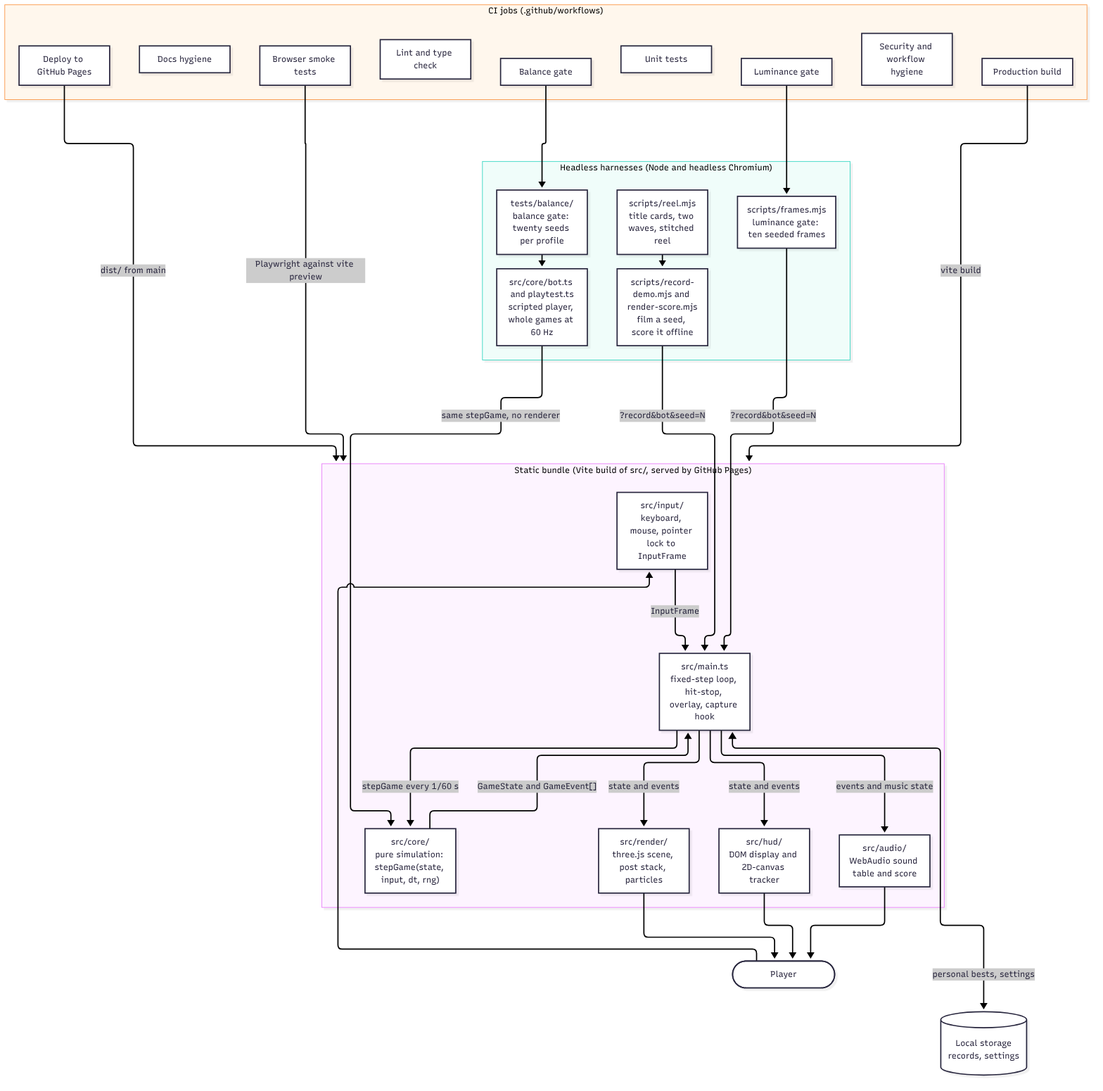
Above: docs/architecture/render/containers.png in agh/ringfall (Mermaid), before the change. Its source is kept beside it as docs/architecture/diagrams/containers.mmd.
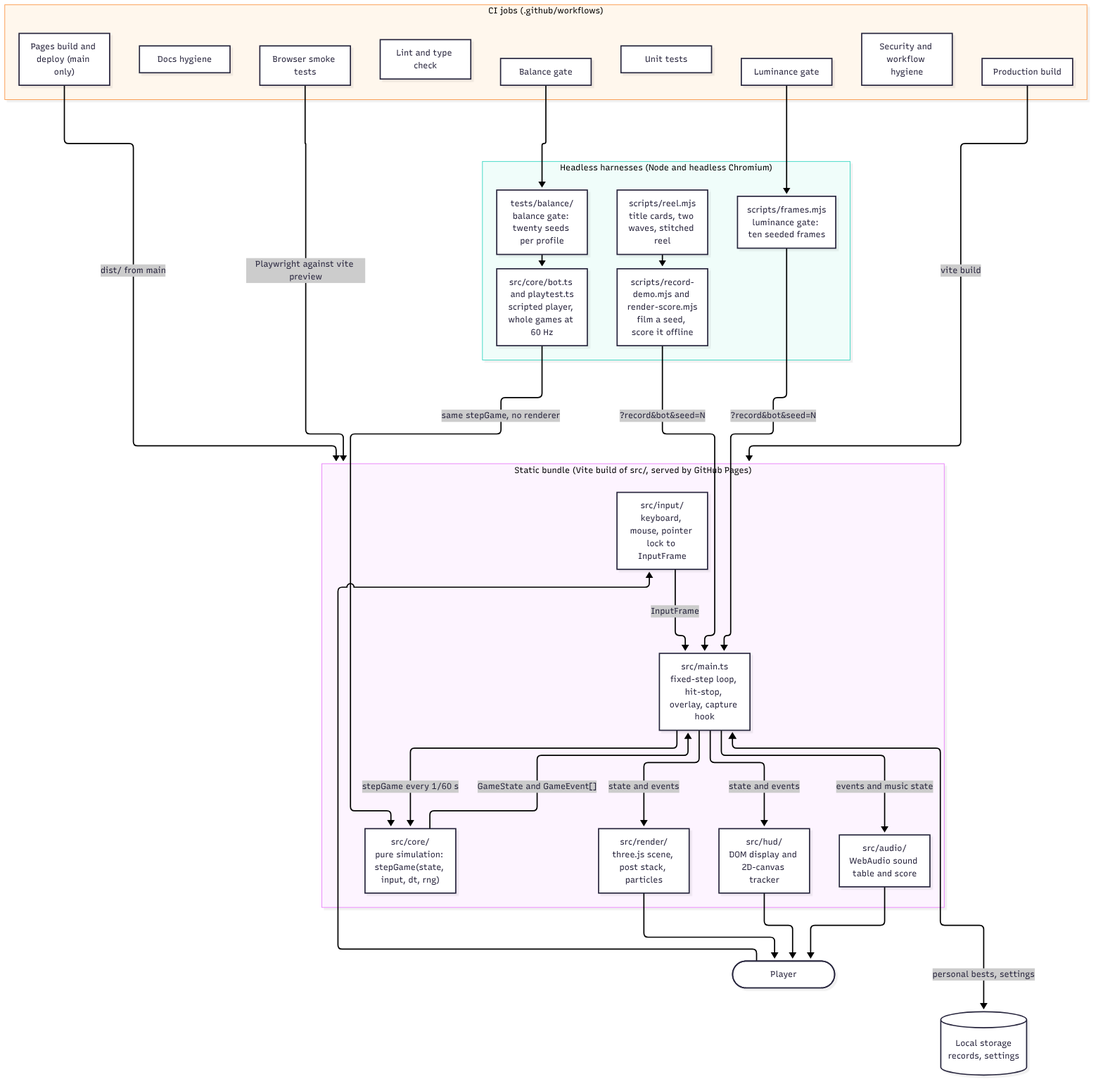
Above is the later version.

Commit message:
docs(architecture): regenerate after the UX review and the Pages jobs moved into ci.yml

The edit, as a diff of the source:
```diff
@@ -29,7 +29,7 @@
     bal["Balance gate"]
     docs["Docs hygiene"]
     security["Security and workflow hygiene"]
-    deploy["Deploy to GitHub Pages"]
+    deploy["Pages build and deploy (main only)"]
   end
   player --> input
   input -->|"InputFrame"| main
```
